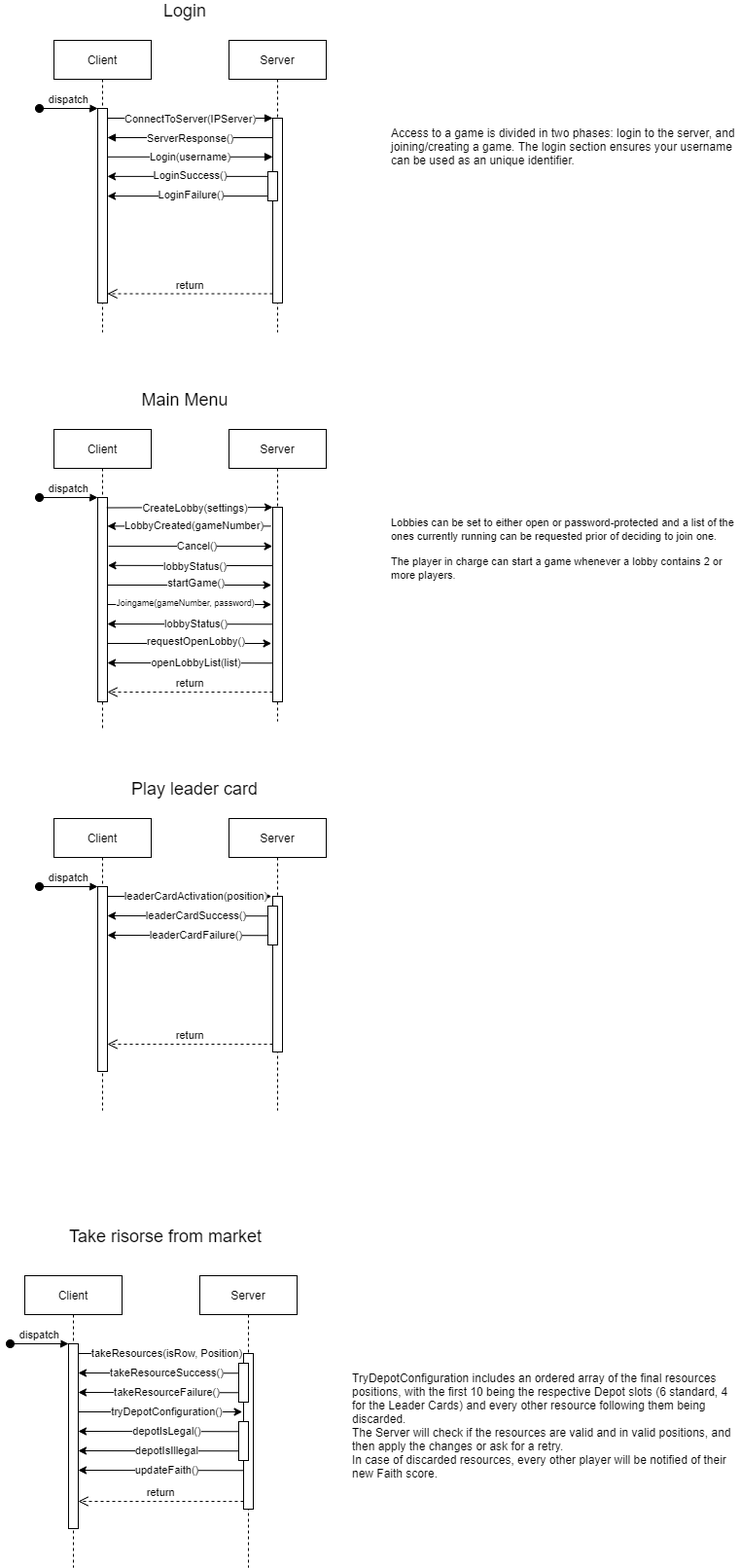
The draw.io diagram deliverables/Sequence Diagram.png in DavideLancini/ing-sw-2021-Lancini-Gilli-Frigerio, before a commit. Source tidied: cells renumbered, new cells last; positions are measured from the earlier drawing's top-left corner, leaving out a move shared by most shapes.
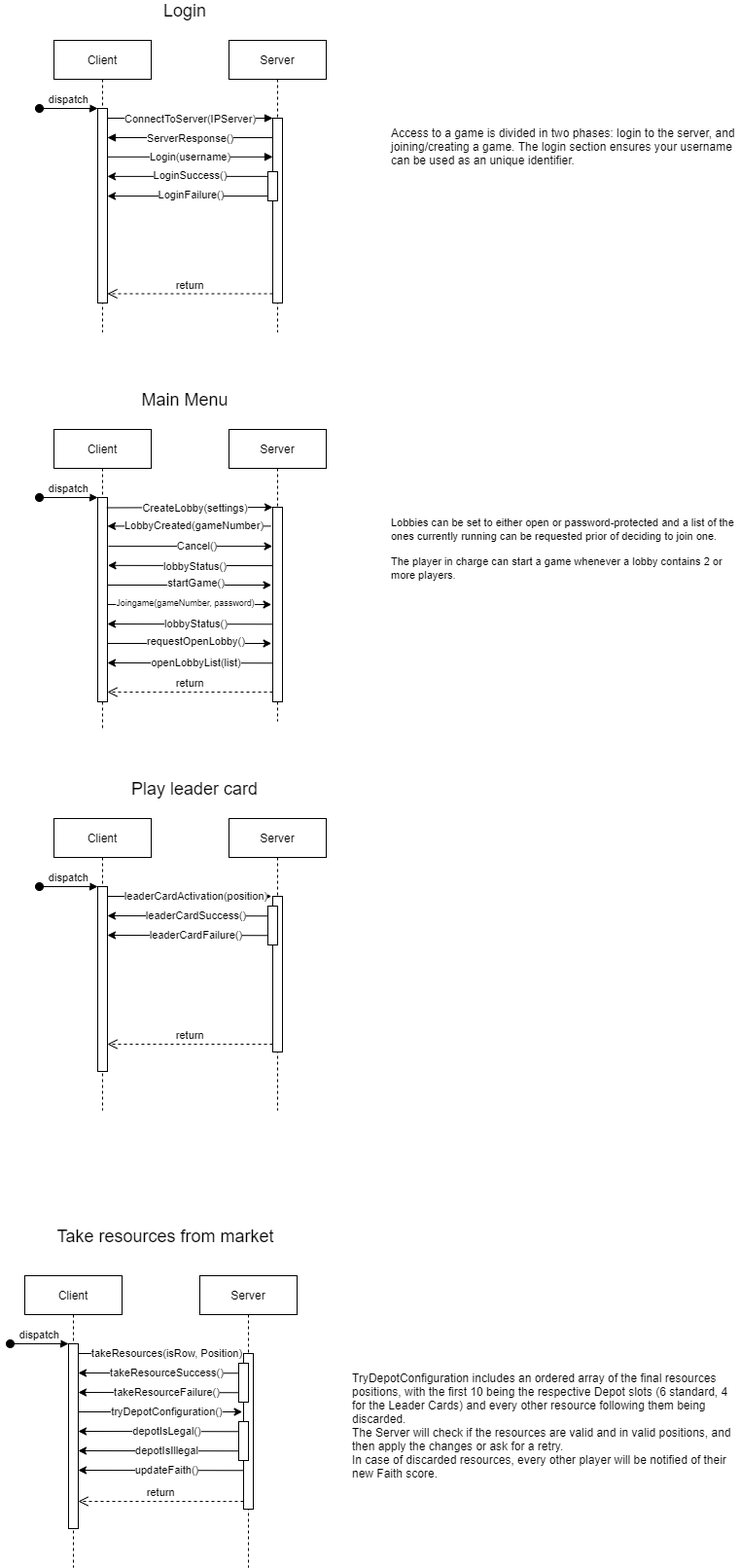
The same diagram one commit later.

What changed in the source:
```diff
@@ -90,7 +90,7 @@
     <mxCell id="25" value="return" style="verticalAlign=bottom;endArrow=open;dashed=1;endSize=8;exitX=0;exitY=0.95;shadow=0;strokeWidth=1;" parent="1" edge="1" source="24" target="21">
       <mxGeometry relative="1" as="geometry" />
     </mxCell>
-    <mxCell id="26" value="&lt;span style=&quot;font-size: 18px&quot;&gt;Take risorse from market&lt;/span&gt;" style="text;html=1;strokeColor=none;fillColor=none;align=center;verticalAlign=middle;whiteSpace=wrap;rounded=0;" parent="1" vertex="1">
+    <mxCell id="26" value="&lt;span style=&quot;font-size: 18px&quot;&gt;Take resources from market&lt;/span&gt;" style="text;html=1;strokeColor=none;fillColor=none;align=center;verticalAlign=middle;whiteSpace=wrap;rounded=0;" parent="1" vertex="1">
       <mxGeometry x="40" y="1260" width="240" height="20" as="geometry" />
     </mxCell>
     <mxCell id="27" value="&lt;span style=&quot;font-size: 18px&quot;&gt;Play leader card&lt;/span&gt;" style="text;html=1;strokeColor=none;fillColor=none;align=center;verticalAlign=middle;whiteSpace=wrap;rounded=0;" parent="1" vertex="1">
```
